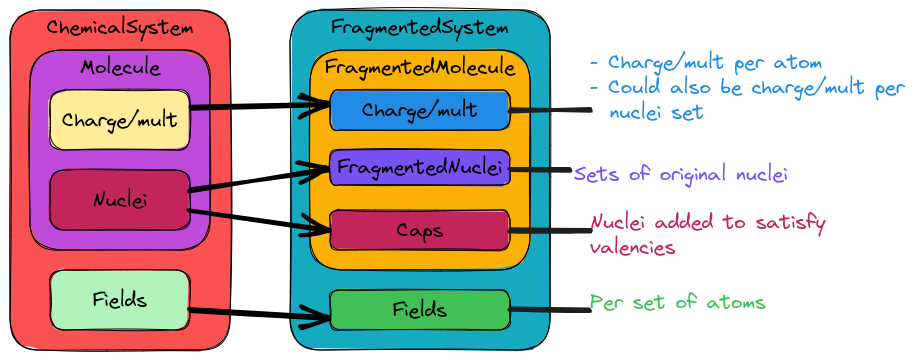
Before: docs/source/developer/design/chemistry/assets/fragmented_system.png, a diagram exported from Excalidraw (NWChemEx/Chemist). Source tidied: one line per element, renumbered; positions are measured from the earlier drawing's top-left corner, leaving out a move shared by most shapes.
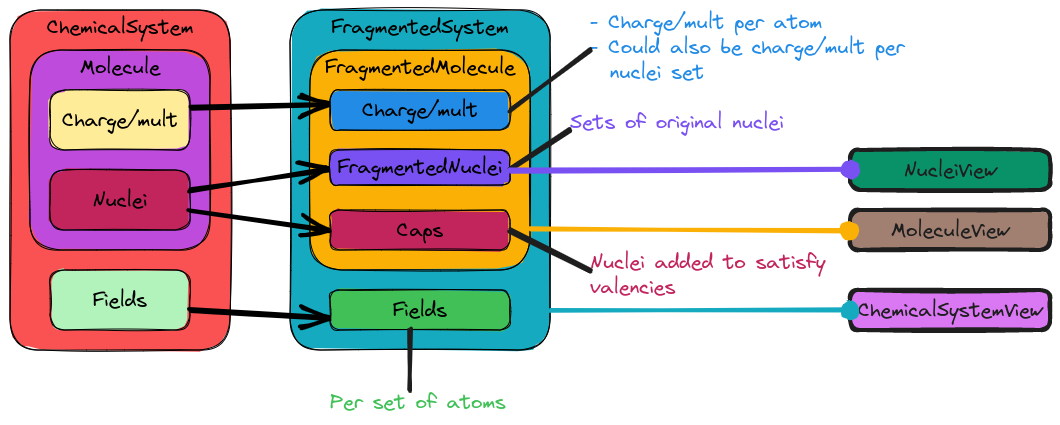
The same file after the commit.

Commit message:
tweak picture [skip ci]

What changed in the source:
```diff
@@ -24,11 +24,20 @@
 {"id": 23, "type": "text", "text": "Charge/mult", "strokeColor": "#000000", "strokeWidth": 1, "roughness": 1, "fontSize": 20, "fontFamily": 1, "textAlign": "center", "verticalAlign": "middle", "inside": 22, "x": 352, "y": 88, "width": 116, "height": 25}
 {"id": 24, "type": "rectangle", "strokeColor": "#000000", "backgroundColor": "#40c057", "fillStyle": "solid", "strokeWidth": 1, "roughness": 1, "round": true, "x": 320, "y": 280, "width": 180, "height": 40}
 {"id": 25, "type": "text", "text": "Fields", "strokeColor": "#000000", "strokeWidth": 1, "roughness": 1, "fontSize": 20, "fontFamily": 1, "textAlign": "center", "verticalAlign": "middle", "inside": 24, "x": 383, "y": 288, "width": 54, "height": 25}
-{"id": 26, "type": "text", "text": "- Charge/mult per atom\n- Could also be charge/mult per\n  nuclei set", "strokeColor": "#228be6", "backgroundColor": "#ffec99", "fillStyle": "solid", "strokeWidth": 4, "roughness": 1, "fontSize": 20, "fontFamily": 1, "x": 580, "y": 40, "width": 315, "height": 75}
+{"id": 26, "type": "text", "text": "- Charge/mult per atom\n- Could also be charge/mult per\n  nuclei set", "strokeColor": "#228be6", "backgroundColor": "#ffec99", "fillStyle": "solid", "strokeWidth": 4, "roughness": 1, "fontSize": 20, "fontFamily": 1, "x": 580, "y": 0, "width": 315, "height": 75}
-{"id": 27, "type": "line", "strokeColor": "#1e1e1e", "backgroundColor": "#ffec99", "fillStyle": "solid", "strokeWidth": 4, "roughness": 1, "round": true, "x": 500, "y": 100, "width": 80, "height": 0, "points": [[0, 0], [80, 0]]}
+{"id": 27, "type": "line", "strokeColor": "#1e1e1e", "backgroundColor": "#ffec99", "fillStyle": "solid", "strokeWidth": 4, "roughness": 1, "round": true, "x": 500, "y": 100, "width": 80, "height": 60, "points": [[0, 0], [80, -60]]}
-{"id": 28, "type": "text", "text": "Sets of original nuclei", "strokeColor": "#7950f2", "backgroundColor": "#ffec99", "fillStyle": "solid", "strokeWidth": 4, "roughness": 1, "fontSize": 20, "fontFamily": 1, "x": 564, "y": 152, "width": 214, "height": 25}
+{"id": 28, "type": "text", "text": "Sets of original nuclei", "strokeColor": "#7950f2", "backgroundColor": "#ffec99", "fillStyle": "solid", "strokeWidth": 4, "roughness": 1, "fontSize": 20, "fontFamily": 1, "x": 560, "y": 100, "width": 214, "height": 25}
-{"id": 29, "type": "line", "strokeColor": "#1e1e1e", "backgroundColor": "#ffec99", "fillStyle": "solid", "strokeWidth": 4, "roughness": 1, "round": true, "x": 500, "y": 160, "width": 60, "height": 0, "points": [[0, 0], [60, 0]]}
+{"id": 29, "type": "line", "strokeColor": "#1e1e1e", "backgroundColor": "#ffec99", "fillStyle": "solid", "strokeWidth": 4, "roughness": 1, "round": true, "x": 500, "y": 160, "width": 60, "height": 40, "points": [[0, 0], [60, -40]]}
-{"id": 30, "type": "text", "text": "Nuclei added to satisfy\nvalencies", "strokeColor": "#c2255c", "backgroundColor": "#ffec99", "fillStyle": "solid", "strokeWidth": 4, "roughness": 1, "fontSize": 20, "fontFamily": 1, "x": 580, "y": 200, "width": 235, "height": 50}
+{"id": 30, "type": "text", "text": "Nuclei added to satisfy\nvalencies", "strokeColor": "#c2255c", "backgroundColor": "#ffec99", "fillStyle": "solid", "strokeWidth": 4, "roughness": 1, "fontSize": 20, "fontFamily": 1, "x": 580, "y": 240, "width": 235, "height": 50}
-{"id": 31, "type": "line", "strokeColor": "#1e1e1e", "backgroundColor": "#ffec99", "fillStyle": "solid", "strokeWidth": 4, "roughness": 1, "round": true, "x": 500, "y": 220, "width": 80, "height": 0, "points": [[0, 0], [80, 0]]}
+{"id": 31, "type": "line", "strokeColor": "#1e1e1e", "backgroundColor": "#ffec99", "fillStyle": "solid", "strokeWidth": 4, "roughness": 1, "round": true, "x": 500, "y": 220, "width": 80, "height": 40, "points": [[0, 0], [80, 40]]}
-{"id": 32, "type": "text", "text": "Per set of atoms", "strokeColor": "#40c057", "backgroundColor": "#ffec99", "fillStyle": "solid", "strokeWidth": 4, "roughness": 1, "fontSize": 20, "fontFamily": 1, "x": 580, "y": 280, "width": 176, "height": 25}
+{"id": 32, "type": "text", "text": "Per set of atoms", "strokeColor": "#40c057", "backgroundColor": "#ffec99", "fillStyle": "solid", "strokeWidth": 4, "roughness": 1, "fontSize": 20, "fontFamily": 1, "x": 320, "y": 380, "width": 176, "height": 25}
-{"id": 33, "type": "line", "strokeColor": "#1e1e1e", "backgroundColor": "#ffec99", "fillStyle": "solid", "strokeWidth": 4, "roughness": 1, "round": true, "x": 500, "y": 300, "width": 80, "height": 0, "points": [[0, 0], [80, 0]]}
+{"id": 33, "type": "line", "strokeColor": "#1e1e1e", "backgroundColor": "#ffec99", "fillStyle": "solid", "strokeWidth": 4, "roughness": 1, "round": true, "x": 400, "y": 320, "width": 0, "height": 60, "points": [[0, 0], [0, 60]]}
+{"id": 34, "type": "rectangle", "strokeColor": "#1e1e1e", "backgroundColor": "#099268", "fillStyle": "solid", "strokeWidth": 4, "roughness": 1, "round": true, "x": 840, "y": 140, "width": 200, "height": 40}
+{"id": 35, "type": "text", "text": "NucleiView", "strokeColor": "#1e1e1e", "backgroundColor": "#ffec99", "fillStyle": "solid", "strokeWidth": 4, "roughness": 1, "fontSize": 20, "fontFamily": 1, "textAlign": "center", "verticalAlign": "middle", "inside": 34, "x": 894, "y": 148, "width": 93, "height": 25}
+{"id": 36, "type": "rectangle", "strokeColor": "#1e1e1e", "backgroundColor": "#a18072", "fillStyle": "solid", "strokeWidth": 4, "roughness": 1, "round": true, "x": 840, "y": 200, "width": 200, "height": 40}
+{"id": 37, "type": "text", "text": "MoleculeView", "strokeColor": "#1e1e1e", "backgroundColor": "#ffec99", "fillStyle": "solid", "strokeWidth": 4, "roughness": 1, "fontSize": 20, "fontFamily": 1, "textAlign": "center", "verticalAlign": "middle", "inside": 36, "x": 881, "y": 208, "width": 118, "height": 25}
+{"id": 38, "type": "rectangle", "strokeColor": "#1e1e1e", "backgroundColor": "#da77f2", "fillStyle": "solid", "strokeWidth": 4, "roughness": 1, "round": true, "x": 840, "y": 280, "width": 200, "height": 40}
+{"id": 39, "type": "text", "text": "ChemicalSystemView", "strokeColor": "#1e1e1e", "backgroundColor": "#ffec99", "fillStyle": "solid", "strokeWidth": 4, "roughness": 1, "fontSize": 20, "fontFamily": 1, "textAlign": "center", "verticalAlign": "middle", "inside": 38, "x": 848, "y": 288, "width": 185, "height": 25}
+{"id": 40, "type": "arrow", "strokeColor": "#7950f2", "backgroundColor": "#ffec99", "fillStyle": "solid", "strokeWidth": 4, "roughness": 1, "endArrowhead": "dot", "round": true, "from": 11, "to": 34, "x": 500, "y": 160, "width": 340, "height": 0, "points": [[0, 0], [340, 0]]}
+{"id": 41, "type": "arrow", "strokeColor": "#fab005", "backgroundColor": "#ffec99", "fillStyle": "solid", "strokeWidth": 4, "roughness": 1, "endArrowhead": "dot", "round": true, "from": 4, "to": 36, "x": 520, "y": 220, "width": 320, "height": 0, "points": [[0, 0], [320, 0]]}
+{"id": 42, "type": "arrow", "strokeColor": "#15aabf", "backgroundColor": "#ffec99", "fillStyle": "solid", "strokeWidth": 4, "roughness": 1, "endArrowhead": "dot", "round": true, "from": 2, "to": 38, "x": 540, "y": 300, "width": 300, "height": 0, "points": [[0, 0], [300, 0]]}
```
